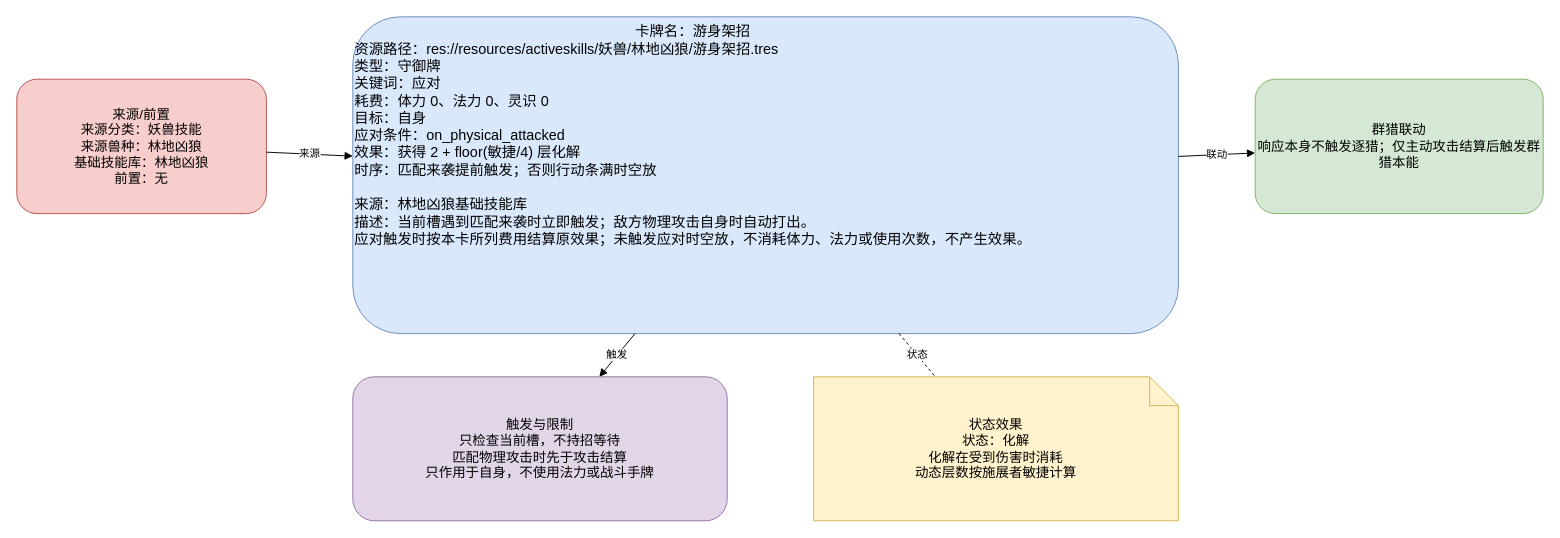
ankundanetracyc-spec/tian-guan-you-du keeps this draw.io diagram as docs/卡牌词典/妖兽/林地凶狼/游身架招.drawio. Above is the earlier version. Source tidied: cells renumbered, new cells numbered last; positions are measured from the earlier drawing's top-left corner, leaving out a move shared by most shapes. Both pictures are drawn from the tidied source at 96%, with x=0, y=0 at pixel (16, 16).
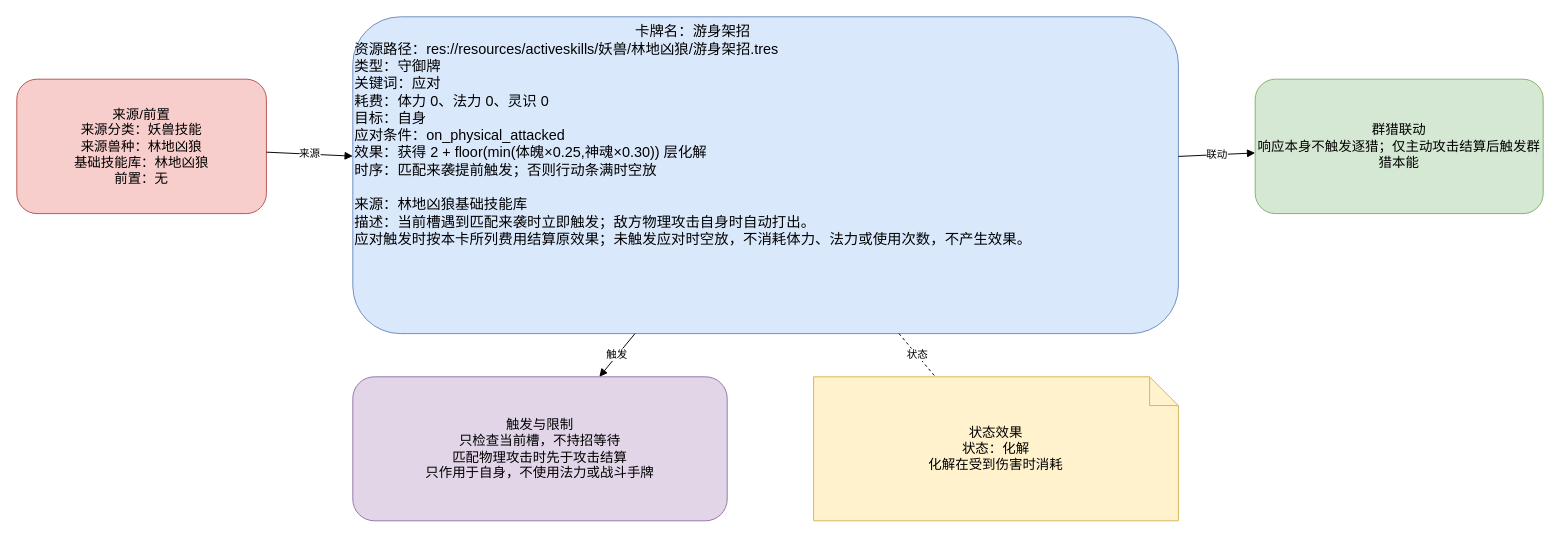
Above is the later version.

Change to the diagram source:
```diff
@@
 <mxGraphModel>
   <root>
     <mxCell id="0" />
     <mxCell id="1" parent="0" />
-    <mxCell id="2" value="&lt;div style=&quot;text-align:center;&quot;&gt;卡牌名：游身架招&lt;/div&gt;&lt;div style=&quot;text-align:left;&quot;&gt;资源路径：res://resources/activeskills/妖兽/林地凶狼/游身架招.tres&lt;br&gt;类型：守御牌&lt;br&gt;关键词：应对&lt;br&gt;耗费：体力 0、法力 0、灵识 0&lt;br&gt;目标：自身&lt;br&gt;应对条件：on_physical_attacked&lt;br&gt;效果：获得 2 + floor(敏捷/4) 层化解&lt;br&gt;时序：匹配来袭提前触发；否则行动条满时空放&lt;/div&gt;&lt;br&gt;来源：林地凶狼基础技能库&lt;br&gt;描述：当前槽遇到匹配来袭时立即触发；敌方物理攻击自身时自动打出。&lt;br&gt;应对触发时按本卡所列费用结算原效果；未触发应对时空放，不消耗体力、法力或使用次数，不产生效果。" style="rounded=1;whiteSpace=wrap;html=1;fillColor=#dae8fc;strokeColor=#6c8ebf;fontSize=15;align=left;verticalAlign=top;" parent="1" vertex="1">
+    <mxCell id="2" value="&lt;div style=&quot;text-align:center;&quot;&gt;卡牌名：游身架招&lt;/div&gt;&lt;div style=&quot;text-align:left;&quot;&gt;资源路径：res://resources/activeskills/妖兽/林地凶狼/游身架招.tres&lt;br&gt;类型：守御牌&lt;br&gt;关键词：应对&lt;br&gt;耗费：体力 0、法力 0、灵识 0&lt;br&gt;目标：自身&lt;br&gt;应对条件：on_physical_attacked&lt;br&gt;效果：获得 2 + floor(min(体魄×0.25,神魂×0.30)) 层化解&lt;br&gt;时序：匹配来袭提前触发；否则行动条满时空放&lt;/div&gt;&lt;br&gt;来源：林地凶狼基础技能库&lt;br&gt;描述：当前槽遇到匹配来袭时立即触发；敌方物理攻击自身时自动打出。&lt;br&gt;应对触发时按本卡所列费用结算原效果；未触发应对时空放，不消耗体力、法力或使用次数，不产生效果。" style="rounded=1;whiteSpace=wrap;html=1;fillColor=#dae8fc;strokeColor=#6c8ebf;fontSize=15;align=left;verticalAlign=top;" parent="1" vertex="1">
       <mxGeometry x="350" width="860" height="330" as="geometry" />
     </mxCell>
     <mxCell id="3" value="来源/前置&#10;来源分类：妖兽技能&#10;来源兽种：林地凶狼&#10;基础技能库：林地凶狼&#10;前置：无" style="rounded=1;whiteSpace=wrap;html=1;fillColor=#f8cecc;strokeColor=#b85450;fontSize=14;" parent="1" vertex="1">
       <mxGeometry y="65" width="260" height="140" as="geometry" />
     </mxCell>
     <mxCell id="4" value="群猎联动&#10;响应本身不触发逐猎；仅主动攻击结算后触发群猎本能" style="rounded=1;whiteSpace=wrap;html=1;fillColor=#d5e8d4;strokeColor=#82b366;fontSize=14;" parent="1" vertex="1">
       <mxGeometry x="1290" y="65" width="300" height="140" as="geometry" />
     </mxCell>
     <mxCell id="5" value="触发与限制&#10;只检查当前槽，不持招等待&#10;匹配物理攻击时先于攻击结算&#10;只作用于自身，不使用法力或战斗手牌" style="rounded=1;whiteSpace=wrap;html=1;fillColor=#e1d5e7;strokeColor=#9673a6;fontSize=14;" parent="1" vertex="1">
       <mxGeometry x="350" y="375" width="390" height="150" as="geometry" />
     </mxCell>
-    <mxCell id="6" value="状态效果&#10;状态：化解&#10;化解在受到伤害时消耗&#10;动态层数按施展者敏捷计算" style="shape=note;whiteSpace=wrap;html=1;fillColor=#fff2cc;strokeColor=#d6b656;fontSize=14;" parent="1" vertex="1">
+    <mxCell id="6" value="状态效果&#10;状态：化解&#10;化解在受到伤害时消耗" style="shape=note;whiteSpace=wrap;html=1;fillColor=#fff2cc;strokeColor=#d6b656;fontSize=14;" parent="1" vertex="1">
       <mxGeometry x="830" y="375" width="380" height="150" as="geometry" />
     </mxCell>
     <mxCell id="7" value="来源" style="endArrow=block;html=1;rounded=0;" parent="1" edge="1" source="3" target="2">
       <mxGeometry relative="1" as="geometry" />
     </mxCell>
     <mxCell id="8" value="联动" style="endArrow=block;html=1;rounded=0;" parent="1" edge="1" source="2" target="4">
       <mxGeometry relative="1" as="geometry" />
     </mxCell>
     <mxCell id="9" value="触发" style="endArrow=block;html=1;rounded=0;" parent="1" edge="1" source="2" target="5">
       <mxGeometry relative="1" as="geometry" />
     </mxCell>
     <mxCell id="10" value="状态" style="endArrow=none;dashed=1;html=1;" parent="1" edge="1" source="2" target="6">
       <mxGeometry relative="1" as="geometry" />
     </mxCell>
   </root>
 </mxGraphModel>
```
